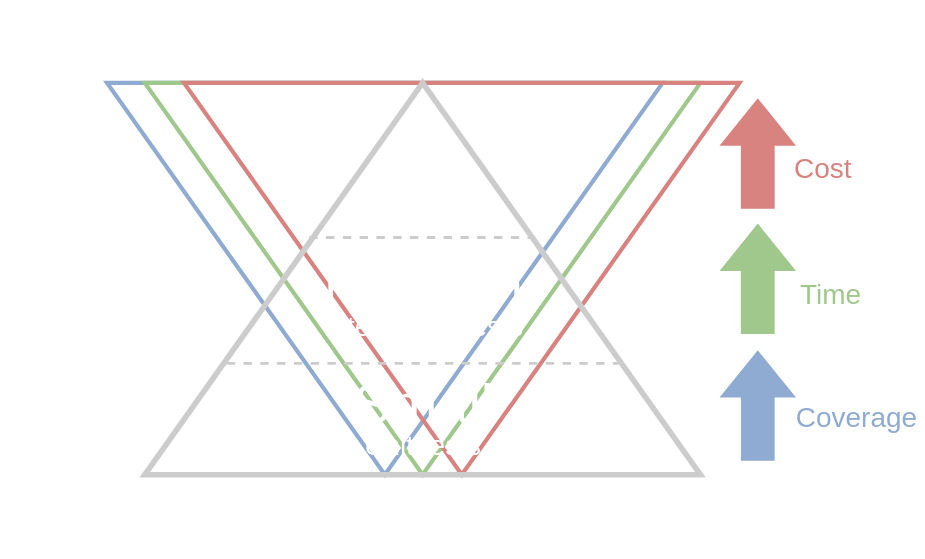
wKich/click-the-button keeps this draw.io diagram as pyramid.svg. Above is the earlier version. Source tidied: cells renumbered, new cells last; positions are measured from the earlier drawing's top-left corner, leaving out a move shared by most shapes.
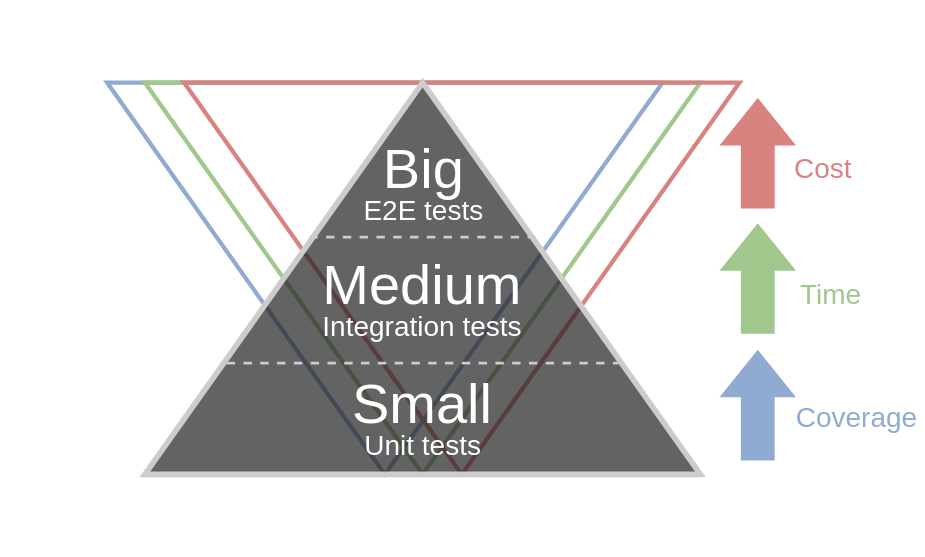
Later version of the same file.

Commit message:
Add Notes. Add test example

What changed in the source:
```diff
@@ -1,4 +1,4 @@
-<mxGraphModel background="#4D4D4D">
+<mxGraphModel background="#222222">
   <root>
     <mxCell id="0" />
     <mxCell id="1" parent="0" />
@@ -14,6 +14,9 @@
     <mxCell id="5" style="triangle;whiteSpace=wrap;html=1;rotation=90;fillColor=none;comic=0;strokeColor=#D88380;strokeWidth=3;perimeterSpacing=0;" parent="2" vertex="1">
       <mxGeometry x="-2" width="280" height="397" as="geometry" />
     </mxCell>
+    <mxCell id="35" style="triangle;whiteSpace=wrap;html=1;rotation=-90;fillColor=#222222;comic=0;strokeColor=none;strokeWidth=4;perimeterSpacing=0;opacity=70;" parent="1" vertex="1">
+      <mxGeometry x="161" y="0.5" width="280" height="397" as="geometry" />
+    </mxCell>
     <mxCell id="6" style="group;" parent="1" vertex="1">
       <mxGeometry x="17" y="29" width="82" height="310" as="geometry" />
     </mxCell>
@@ -56,15 +59,6 @@
         <mxPoint x="220.5" y="169" as="targetPoint" />
       </mxGeometry>
     </mxCell>
-    <mxCell id="16" style="group;" parent="12" vertex="1">
-      <mxGeometry x="80" y="182" width="140" height="60" as="geometry" />
-    </mxCell>
-    <mxCell id="17" value="Integration tests" style="text;html=1;strokeColor=none;fillColor=none;align=center;verticalAlign=middle;whiteSpace=wrap;rounded=0;comic=0;fontColor=#FFFFFF;fontSize=20;" parent="16" vertex="1">
-      <mxGeometry x="-20" y="40" width="160" height="20" as="geometry" />
-    </mxCell>
-    <mxCell id="18" value="Medium" style="text;html=1;strokeColor=none;fillColor=none;align=center;verticalAlign=middle;whiteSpace=wrap;rounded=0;comic=0;strokeWidth=1;fontSize=40;fontColor=#FFFFFF;" parent="16" vertex="1">
-      <mxGeometry width="120" height="40" as="geometry" />
-    </mxCell>
     <mxCell id="19" style="group;" parent="12" vertex="1">
       <mxGeometry x="80" y="99" width="120" height="60" as="geometry" />
     </mxCell>
@@ -74,15 +68,24 @@
     <mxCell id="21" value="Big" style="text;html=1;strokeColor=none;fillColor=none;align=center;verticalAlign=middle;whiteSpace=wrap;rounded=0;comic=0;strokeWidth=1;fontSize=40;fontColor=#FFFFFF;" parent="19" vertex="1">
       <mxGeometry width="120" height="40" as="geometry" />
     </mxCell>
-    <mxCell id="22" style="group;fontColor=#000000;" parent="12" vertex="1">
-      <mxGeometry x="80" y="267" width="120" height="60" as="geometry" />
+    <mxCell id="22" style="group;fontColor=#000000;fillColor=none;opacity=70;" parent="12" vertex="1">
+      <mxGeometry x="58" y="267" width="163" height="60" as="geometry" />
     </mxCell>
     <mxCell id="23" value="Unit tests" style="text;html=1;strokeColor=none;fillColor=none;align=center;verticalAlign=middle;whiteSpace=wrap;rounded=0;comic=0;fontColor=#FFFFFF;fontSize=20;" parent="22" vertex="1">
-      <mxGeometry x="10" y="40" width="100" height="20" as="geometry" />
+      <mxGeometry x="13.6" y="40" width="135.8" height="20" as="geometry" />
     </mxCell>
     <mxCell id="24" value="Small" style="text;html=1;strokeColor=none;fillColor=none;align=center;verticalAlign=middle;whiteSpace=wrap;rounded=0;comic=0;strokeWidth=1;fontSize=40;fontColor=#FFFFFF;" parent="22" vertex="1">
-      <mxGeometry width="120" height="40" as="geometry" />
+      <mxGeometry width="163" height="40" as="geometry" />
     </mxCell>
+    <mxCell id="36" style="group;" parent="12" vertex="1">
+      <mxGeometry x="58" y="182" width="163" height="60" as="geometry" />
+    </mxCell>
+    <mxCell id="17" value="Integration tests" style="text;html=1;strokeColor=none;fillColor=none;align=center;verticalAlign=middle;whiteSpace=wrap;rounded=0;comic=0;fontColor=#FFFFFF;fontSize=20;" parent="36" vertex="1">
+      <mxGeometry y="40" width="163" height="20" as="geometry" />
+    </mxCell>
+    <mxCell id="18" value="Medium" style="text;html=1;strokeColor=none;fillColor=none;align=center;verticalAlign=middle;whiteSpace=wrap;rounded=0;comic=0;strokeWidth=1;fontSize=40;fontColor=#FFFFFF;" parent="36" vertex="1">
+      <mxGeometry x="20.4" width="122.2" height="40" as="geometry" />
+    </mxCell>
     <mxCell id="25" style="group;" parent="1" vertex="1">
       <mxGeometry x="541" y="69" width="119" height="260" as="geometry" />
     </mxCell>
```
